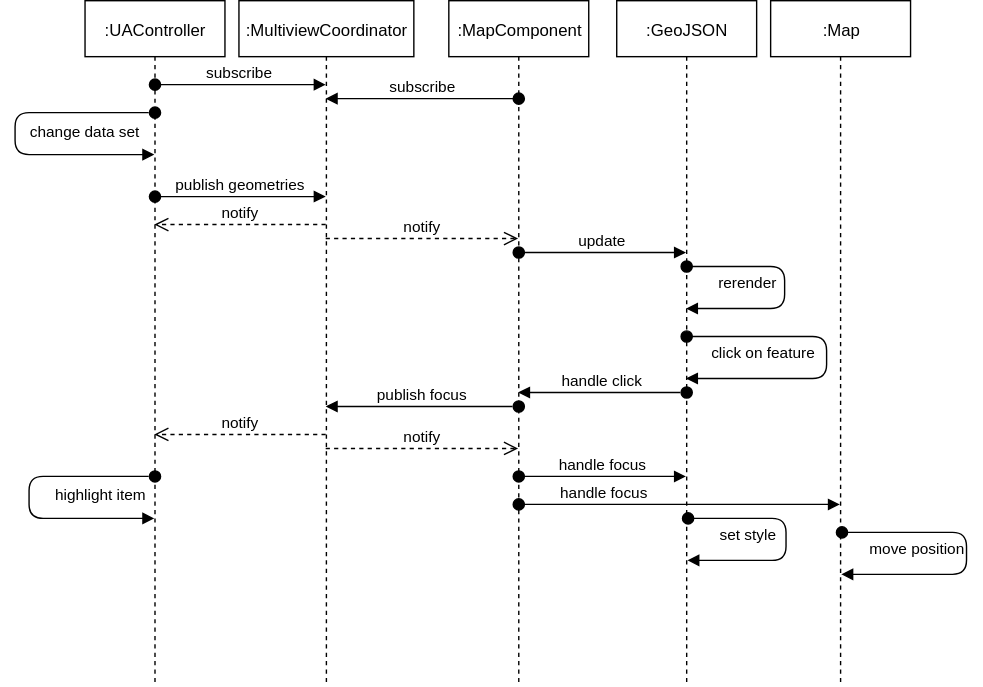
Earlier version of the draw.io export figures/implementation/SequenceDiagram.svg (roschaefer/master-thesis). Source tidied: cells renumbered, new cells last; positions are measured from the earlier drawing's top-left corner, leaving out a move shared by most shapes.
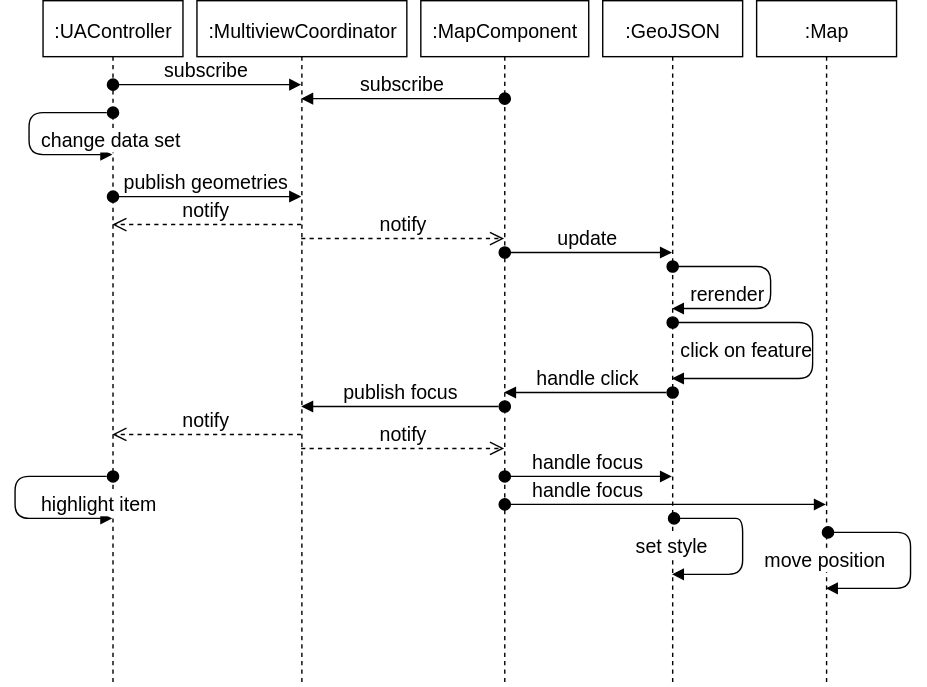
Above is the later version.

Commit message:
improve figures in chapter implementation

Change to the diagram source:
```diff
@@ -2,128 +2,125 @@
   <root>
     <mxCell id="0" />
     <mxCell id="1" parent="0" />
-    <mxCell id="2" value=":UAController" style="shape=umlLifeline;perimeter=lifelinePerimeter;whiteSpace=wrap;html=1;outlineConnect=0;" parent="1" vertex="1">
-      <mxGeometry x="50" width="100" height="490" as="geometry" />
+    <mxCell id="2" value=":UAController" style="shape=umlLifeline;perimeter=lifelinePerimeter;whiteSpace=wrap;html=1;outlineConnect=0;fontSize=14;" parent="1" vertex="1">
+      <mxGeometry x="30" width="100" height="490" as="geometry" />
     </mxCell>
-    <mxCell id="3" value="subscribe" style="html=1;verticalAlign=bottom;startArrow=oval;startFill=1;endArrow=block;startSize=8;" parent="2" edge="1" target="4">
+    <mxCell id="3" value="subscribe" style="html=1;verticalAlign=bottom;startArrow=oval;startFill=1;endArrow=block;startSize=8;fontSize=14;" parent="2" edge="1" target="4">
       <mxGeometry relative="1" as="geometry">
         <mxPoint x="50" y="60" as="sourcePoint" />
       </mxGeometry>
     </mxCell>
-    <mxCell id="4" value=":MultiviewCoordinator" style="shape=umlLifeline;perimeter=lifelinePerimeter;whiteSpace=wrap;html=1;outlineConnect=0;" parent="1" vertex="1">
-      <mxGeometry x="160" width="125" height="490" as="geometry" />
+    <mxCell id="4" value=":MultiviewCoordinator" style="shape=umlLifeline;perimeter=lifelinePerimeter;whiteSpace=wrap;html=1;outlineConnect=0;fontSize=14;" parent="1" vertex="1">
+      <mxGeometry x="140" width="150" height="490" as="geometry" />
     </mxCell>
-    <mxCell id="5" value=":MapComponent" style="shape=umlLifeline;perimeter=lifelinePerimeter;whiteSpace=wrap;html=1;outlineConnect=0;" parent="1" vertex="1">
-      <mxGeometry x="310" width="100" height="490" as="geometry" />
+    <mxCell id="5" value=":MapComponent" style="shape=umlLifeline;perimeter=lifelinePerimeter;whiteSpace=wrap;html=1;outlineConnect=0;fontSize=14;" parent="1" vertex="1">
+      <mxGeometry x="300" width="120" height="490" as="geometry" />
     </mxCell>
-    <mxCell id="6" value="subscribe" style="html=1;verticalAlign=bottom;startArrow=oval;startFill=1;endArrow=block;startSize=8;" parent="1" edge="1" source="5" target="4">
+    <mxCell id="6" value="subscribe" style="html=1;verticalAlign=bottom;startArrow=oval;startFill=1;endArrow=block;startSize=8;fontSize=14;" parent="1" edge="1" source="5" target="4">
       <mxGeometry relative="1" as="geometry">
         <Array as="points">
           <mxPoint x="360" y="70" />
         </Array>
       </mxGeometry>
     </mxCell>
-    <mxCell id="7" value="change data set" style="html=1;verticalAlign=bottom;startArrow=oval;startFill=1;endArrow=block;startSize=8;" parent="1" edge="1" source="2" target="2">
-      <mxGeometry x="0.05" y="50" relative="1" as="geometry">
+    <mxCell id="7" value="change data set" style="html=1;verticalAlign=bottom;startArrow=oval;startFill=1;endArrow=block;startSize=8;fontSize=14;" parent="1" edge="1" source="2" target="2">
+      <mxGeometry x="1" relative="1" as="geometry">
         <Array as="points">
-          <mxPoint y="80" />
-          <mxPoint y="110" />
+          <mxPoint x="20" y="80" />
+          <mxPoint x="20" y="110" />
           <mxPoint x="50" y="110" />
         </Array>
-        <mxPoint y="1" as="offset" />
       </mxGeometry>
     </mxCell>
-    <mxCell id="8" value="publish geometries" style="html=1;verticalAlign=bottom;startArrow=oval;startFill=1;endArrow=block;startSize=8;" parent="1" edge="1" source="2" target="4">
+    <mxCell id="8" value="publish geometries" style="html=1;verticalAlign=bottom;startArrow=oval;startFill=1;endArrow=block;startSize=8;fontSize=14;" parent="1" edge="1" source="2" target="4">
       <mxGeometry relative="1" as="geometry">
         <Array as="points">
           <mxPoint x="170" y="140" />
         </Array>
       </mxGeometry>
     </mxCell>
-    <mxCell id="9" value="notify" style="html=1;verticalAlign=bottom;endArrow=open;dashed=1;endSize=8;" parent="1" edge="1" source="4" target="2">
+    <mxCell id="9" value="notify" style="html=1;verticalAlign=bottom;endArrow=open;dashed=1;endSize=8;fontSize=14;" parent="1" edge="1" source="4" target="2">
       <mxGeometry relative="1" as="geometry">
         <Array as="points">
           <mxPoint x="160" y="160" />
         </Array>
       </mxGeometry>
     </mxCell>
-    <mxCell id="10" value="notify" style="html=1;verticalAlign=bottom;endArrow=open;dashed=1;endSize=8;" parent="1" edge="1" source="4" target="5">
+    <mxCell id="10" value="notify" style="html=1;verticalAlign=bottom;endArrow=open;dashed=1;endSize=8;fontSize=14;" parent="1" edge="1" source="4" target="5">
       <mxGeometry relative="1" as="geometry">
         <Array as="points">
           <mxPoint x="310" y="170" />
         </Array>
       </mxGeometry>
     </mxCell>
-    <mxCell id="11" value="rerender" style="html=1;verticalAlign=bottom;startArrow=oval;startFill=1;endArrow=block;startSize=8;" parent="1" edge="1" source="17" target="17">
-      <mxGeometry x="0.5" y="-10" relative="1" as="geometry">
+    <mxCell id="11" value="rerender" style="html=1;verticalAlign=bottom;startArrow=oval;startFill=1;endArrow=block;startSize=8;fontSize=14;" parent="1" edge="1" source="17" target="17">
+      <mxGeometry x="0.53" relative="1" as="geometry">
         <Array as="points">
           <mxPoint x="510" y="190" />
           <mxPoint x="550" y="190" />
           <mxPoint x="550" y="220" />
         </Array>
-        <mxPoint x="1" as="offset" />
       </mxGeometry>
     </mxCell>
-    <mxCell id="12" value="click on feature" style="html=1;verticalAlign=bottom;startArrow=oval;startFill=1;endArrow=block;startSize=8;" parent="1" edge="1" source="17" target="17">
-      <mxGeometry x="0.52" y="-10" relative="1" as="geometry">
+    <mxCell id="12" value="click on feature" style="html=1;verticalAlign=bottom;startArrow=oval;startFill=1;endArrow=block;startSize=8;fontSize=14;" parent="1" edge="1" source="17" target="17">
+      <mxGeometry x="0.56" y="-10" relative="1" as="geometry">
         <Array as="points">
-          <mxPoint x="530" y="240" />
-          <mxPoint x="580" y="240" />
+          <mxPoint x="580" y="230" />
           <mxPoint x="580" y="270" />
         </Array>
+        <mxPoint x="1" as="offset" />
       </mxGeometry>
     </mxCell>
-    <mxCell id="13" value=" publish focus " style="html=1;verticalAlign=bottom;startArrow=oval;startFill=1;endArrow=block;startSize=8;" parent="1" edge="1" source="5" target="4">
+    <mxCell id="13" value=" publish focus " style="html=1;verticalAlign=bottom;startArrow=oval;startFill=1;endArrow=block;startSize=8;fontSize=14;" parent="1" edge="1" source="5" target="4">
       <mxGeometry relative="1" as="geometry">
         <Array as="points">
           <mxPoint x="290" y="290" />
         </Array>
       </mxGeometry>
     </mxCell>
-    <mxCell id="14" value="notify" style="html=1;verticalAlign=bottom;endArrow=open;dashed=1;endSize=8;" parent="1" edge="1" source="4" target="2">
+    <mxCell id="14" value="notify" style="html=1;verticalAlign=bottom;endArrow=open;dashed=1;endSize=8;fontSize=14;" parent="1" edge="1" source="4" target="2">
       <mxGeometry relative="1" as="geometry">
         <Array as="points">
           <mxPoint x="170" y="310" />
         </Array>
       </mxGeometry>
     </mxCell>
-    <mxCell id="15" value="notify" style="html=1;verticalAlign=bottom;endArrow=open;dashed=1;endSize=8;" parent="1" edge="1" source="4" target="5">
+    <mxCell id="15" value="notify" style="html=1;verticalAlign=bottom;endArrow=open;dashed=1;endSize=8;fontSize=14;" parent="1" edge="1" source="4" target="5">
       <mxGeometry relative="1" as="geometry">
         <Array as="points">
           <mxPoint x="330" y="320" />
         </Array>
       </mxGeometry>
     </mxCell>
-    <mxCell id="16" value="highlight item" style="html=1;verticalAlign=bottom;startArrow=oval;startFill=1;endArrow=block;startSize=8;" parent="1" edge="1" source="2" target="2">
-      <mxGeometry x="0.05" y="50" relative="1" as="geometry">
+    <mxCell id="16" value="highlight item" style="html=1;verticalAlign=bottom;startArrow=oval;startFill=1;endArrow=block;startSize=8;fontSize=14;" parent="1" edge="1" source="2" target="2">
+      <mxGeometry x="0.89" relative="1" as="geometry">
         <Array as="points">
           <mxPoint x="10" y="340" />
           <mxPoint x="10" y="370" />
         </Array>
-        <mxPoint y="1" as="offset" />
       </mxGeometry>
     </mxCell>
-    <mxCell id="17" value=":GeoJSON" style="shape=umlLifeline;perimeter=lifelinePerimeter;whiteSpace=wrap;html=1;outlineConnect=0;" parent="1" vertex="1">
+    <mxCell id="17" value=":GeoJSON" style="shape=umlLifeline;perimeter=lifelinePerimeter;whiteSpace=wrap;html=1;outlineConnect=0;fontSize=14;" parent="1" vertex="1">
       <mxGeometry x="430" width="100" height="490" as="geometry" />
     </mxCell>
-    <mxCell id="18" value=":Map" style="shape=umlLifeline;perimeter=lifelinePerimeter;whiteSpace=wrap;html=1;outlineConnect=0;" parent="1" vertex="1">
+    <mxCell id="18" value=":Map" style="shape=umlLifeline;perimeter=lifelinePerimeter;whiteSpace=wrap;html=1;outlineConnect=0;fontSize=14;" parent="1" vertex="1">
       <mxGeometry x="540" width="100" height="490" as="geometry" />
     </mxCell>
-    <mxCell id="19" value="handle click" style="html=1;verticalAlign=bottom;startArrow=oval;startFill=1;endArrow=block;startSize=8;" parent="1" edge="1" source="17" target="5">
+    <mxCell id="19" value="handle click" style="html=1;verticalAlign=bottom;startArrow=oval;startFill=1;endArrow=block;startSize=8;fontSize=14;" parent="1" edge="1" source="17" target="5">
       <mxGeometry relative="1" as="geometry">
         <Array as="points">
           <mxPoint x="420" y="280" />
         </Array>
       </mxGeometry>
     </mxCell>
-    <mxCell id="20" value="update" style="html=1;verticalAlign=bottom;startArrow=oval;startFill=1;endArrow=block;startSize=8;" parent="1" edge="1" source="5" target="17">
+    <mxCell id="20" value="update" style="html=1;verticalAlign=bottom;startArrow=oval;startFill=1;endArrow=block;startSize=8;fontSize=14;" parent="1" edge="1" source="5" target="17">
       <mxGeometry relative="1" as="geometry">
         <Array as="points">
           <mxPoint x="430" y="180" />
         </Array>
       </mxGeometry>
     </mxCell>
-    <mxCell id="21" value="handle focus" style="html=1;verticalAlign=bottom;startArrow=oval;startFill=1;endArrow=block;startSize=8;" parent="1" edge="1" target="17">
+    <mxCell id="21" value="handle focus" style="html=1;verticalAlign=bottom;startArrow=oval;startFill=1;endArrow=block;startSize=8;fontSize=14;" parent="1" edge="1" target="17">
       <mxGeometry relative="1" as="geometry">
         <mxPoint x="360" y="340" as="sourcePoint" />
         <Array as="points">
@@ -131,19 +128,17 @@
         </Array>
       </mxGeometry>
     </mxCell>
-    <mxCell id="22" value="set style" style="html=1;verticalAlign=bottom;startArrow=oval;startFill=1;endArrow=block;startSize=8;" parent="1" edge="1">
-      <mxGeometry x="0.5" y="-10" relative="1" as="geometry">
+    <mxCell id="22" value="set style" style="html=1;verticalAlign=bottom;startArrow=oval;startFill=1;endArrow=block;startSize=8;fontSize=14;" parent="1" edge="1" target="17">
+      <mxGeometry x="1" y="-10" relative="1" as="geometry">
         <mxPoint x="480.5" y="370" as="sourcePoint" />
-        <mxPoint x="480.5" y="400" as="targetPoint" />
         <Array as="points">
           <mxPoint x="511" y="370" />
-          <mxPoint x="551" y="370" />
-          <mxPoint x="551" y="400" />
+          <mxPoint x="530" y="370" />
+          <mxPoint x="530" y="410" />
         </Array>
-        <mxPoint x="1" as="offset" />
       </mxGeometry>
     </mxCell>
-    <mxCell id="23" value="handle focus" style="html=1;verticalAlign=bottom;startArrow=oval;startFill=1;endArrow=block;startSize=8;" parent="1" edge="1" source="5" target="18">
+    <mxCell id="23" value="handle focus" style="html=1;verticalAlign=bottom;startArrow=oval;startFill=1;endArrow=block;startSize=8;fontSize=14;" parent="1" edge="1" source="5" target="18">
       <mxGeometry x="-0.3" y="-20" relative="1" as="geometry">
         <Array as="points">
           <mxPoint x="440" y="360" />
@@ -151,16 +146,14 @@
         <mxPoint x="-20" y="-20" as="offset" />
       </mxGeometry>
     </mxCell>
-    <mxCell id="24" value="move position" style="html=1;verticalAlign=bottom;startArrow=oval;startFill=1;endArrow=block;startSize=8;" parent="1" edge="1">
-      <mxGeometry x="0.5" y="-10" relative="1" as="geometry">
+    <mxCell id="24" value="move position" style="html=1;verticalAlign=bottom;startArrow=oval;startFill=1;endArrow=block;startSize=8;fontSize=14;" parent="1" edge="1" target="18">
+      <mxGeometry x="1" y="-10" relative="1" as="geometry">
         <mxPoint x="590.5" y="380" as="sourcePoint" />
-        <mxPoint x="590.5" y="410" as="targetPoint" />
         <Array as="points">
           <mxPoint x="621" y="380" />
-          <mxPoint x="680" y="380" />
-          <mxPoint x="680" y="410" />
+          <mxPoint x="650" y="380" />
+          <mxPoint x="650" y="420" />
         </Array>
-        <mxPoint x="1" as="offset" />
       </mxGeometry>
     </mxCell>
   </root>
```
